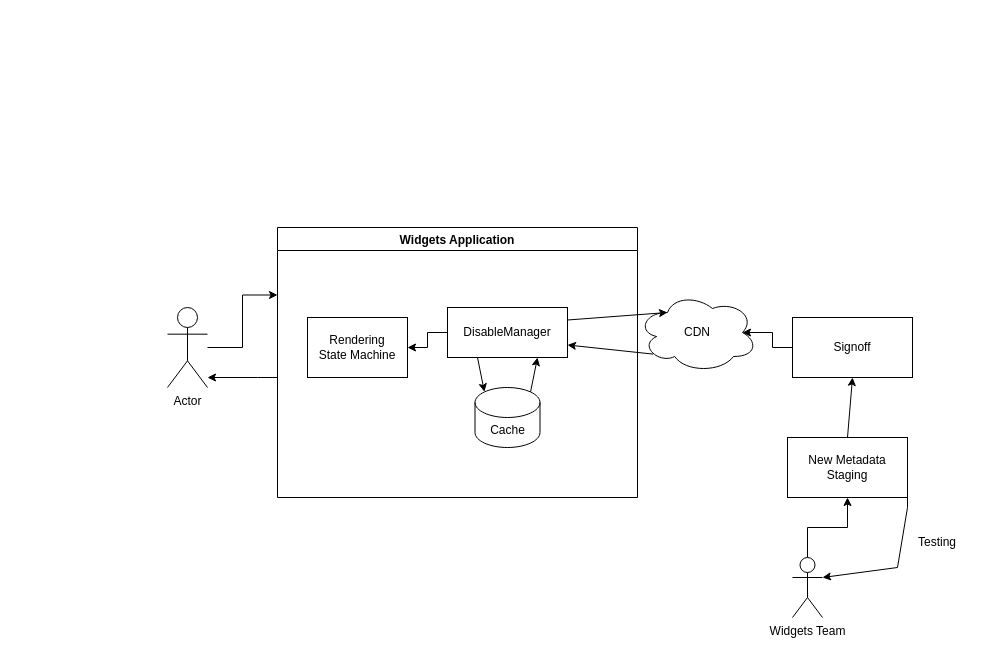
The draw.io diagram tempdisable.drawio in bcso/designs, before the edit. Source tidied: cells renumbered, new cells numbered last; positions are measured from the earlier drawing's top-left corner, leaving out a move shared by most shapes. Both pictures are drawn from the tidied source at 100%, with x=0, y=0 at pixel (167, 227).
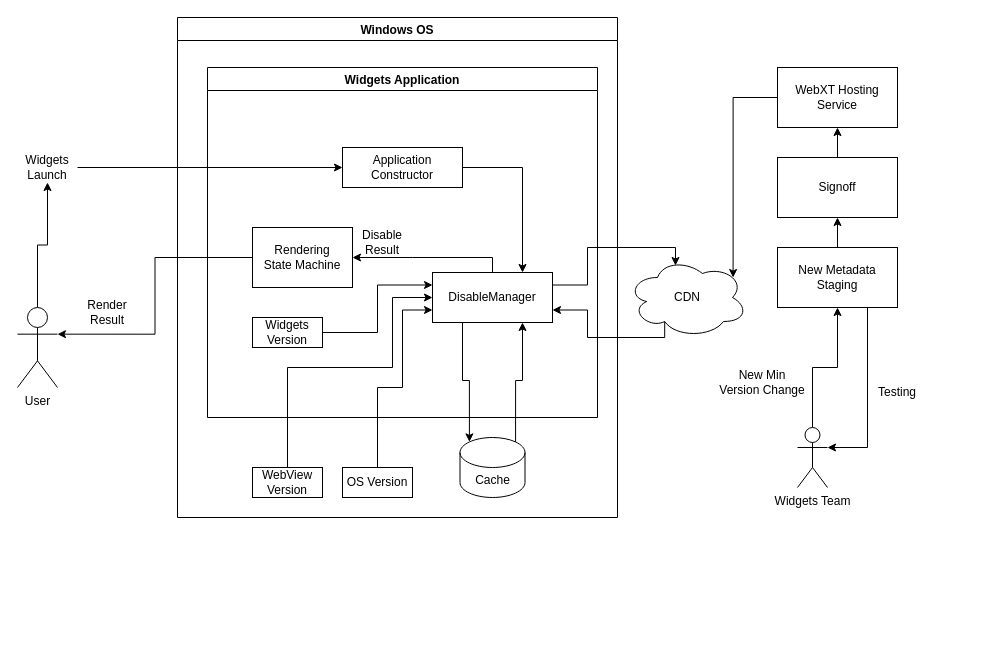
The same diagram, later.

What changed in the source:
```diff
@@
-    <mxCell id="2" style="edgeStyle=orthogonalEdgeStyle;rounded=0;jettySize=auto;html=1;entryX=0;entryY=0.25;entryDx=0;entryDy=0;" parent="1" edge="1" source="3" target="5">
-      <mxGeometry relative="1" as="geometry" />
-    </mxCell>
+    <mxCell id="23" style="edgeStyle=orthogonalEdgeStyle;rounded=0;jettySize=auto;html=1;exitX=0.5;exitY=0;exitDx=0;exitDy=0;exitPerimeter=0;entryX=0.5;entryY=1;entryDx=0;entryDy=0;" parent="1" edge="1" source="3" target="38">
+      <mxGeometry relative="1" as="geometry" />
+    </mxCell>
-    <mxCell id="3" value="Actor" style="shape=umlActor;verticalLabelPosition=bottom;verticalAlign=top;html=1;outlineConnect=0;" parent="1" vertex="1">
-      <mxGeometry y="80" width="40" height="80" as="geometry" />
+    <mxCell id="3" value="User" style="shape=umlActor;verticalLabelPosition=bottom;verticalAlign=top;html=1;outlineConnect=0;" parent="1" vertex="1">
+      <mxGeometry x="-150" y="80" width="40" height="80" as="geometry" />
     </mxCell>
-    <mxCell id="4" style="edgeStyle=orthogonalEdgeStyle;rounded=0;jettySize=auto;html=1;" parent="1" edge="1" source="5" target="3">
-      <mxGeometry relative="1" as="geometry">
-        <Array as="points">
-          <mxPoint x="90" y="150" />
-          <mxPoint x="90" y="150" />
-        </Array>
-      </mxGeometry>
-    </mxCell>
-    <mxCell id="5" value="Widgets Application" style="swimlane;" parent="1" vertex="1">
-      <mxGeometry x="110" width="360" height="270" as="geometry" />
-    </mxCell>
-    <mxCell id="6" value="Cache" style="shape=cylinder3;whiteSpace=wrap;html=1;boundedLbl=1;backgroundOutline=1;size=15;" parent="5" vertex="1">
-      <mxGeometry x="197.5" y="160" width="65" height="60" as="geometry" />
-    </mxCell>
-    <mxCell id="7" style="edgeStyle=orthogonalEdgeStyle;rounded=0;jettySize=auto;html=1;entryX=1;entryY=0.5;entryDx=0;entryDy=0;" parent="5" edge="1" source="8" target="11">
-      <mxGeometry relative="1" as="geometry" />
-    </mxCell>
-    <mxCell id="8" value="DisableManager" style="rounded=0;whiteSpace=wrap;html=1;" parent="5" vertex="1">
-      <mxGeometry x="170" y="80" width="120" height="50" as="geometry" />
-    </mxCell>
-    <mxCell id="9" style="endArrow=classic;html=1;rounded=0;exitX=0.25;exitY=1;exitDx=0;exitDy=0;entryX=0.145;entryY=0;entryDx=0;entryDy=4.35;entryPerimeter=0;" parent="5" edge="1" source="8" target="6">
-      <mxGeometry relative="1" as="geometry" />
-    </mxCell>
-    <mxCell id="10" style="endArrow=classic;html=1;rounded=0;exitX=0.855;exitY=0;exitDx=0;exitDy=4.35;exitPerimeter=0;entryX=0.75;entryY=1;entryDx=0;entryDy=0;" parent="5" edge="1" source="6" target="8">
-      <mxGeometry relative="1" as="geometry" />
-    </mxCell>
-    <mxCell id="11" value="Rendering&lt;br&gt;State Machine" style="rounded=0;whiteSpace=wrap;html=1;" parent="5" vertex="1">
-      <mxGeometry x="30" y="90" width="100" height="60" as="geometry" />
-    </mxCell>
+    <mxCell id="14" style="edgeStyle=orthogonalEdgeStyle;rounded=0;jettySize=auto;html=1;exitX=0.31;exitY=0.8;exitDx=0;exitDy=0;exitPerimeter=0;entryX=1;entryY=0.75;entryDx=0;entryDy=0;" parent="1" edge="1" source="12" target="8">
+      <mxGeometry relative="1" as="geometry">
+        <Array as="points">
+          <mxPoint x="497" y="110" />
+          <mxPoint x="420" y="110" />
+          <mxPoint x="420" y="83" />
+        </Array>
+      </mxGeometry>
+    </mxCell>
     <mxCell id="12" value="CDN" style="ellipse;shape=cloud;whiteSpace=wrap;html=1;" parent="1" vertex="1">
-      <mxGeometry x="470" y="65" width="120" height="80" as="geometry" />
+      <mxGeometry x="460" y="30" width="120" height="80" as="geometry" />
     </mxCell>
-    <mxCell id="13" style="endArrow=classic;html=1;rounded=0;exitX=1;exitY=0.25;exitDx=0;exitDy=0;entryX=0.25;entryY=0.25;entryDx=0;entryDy=0;entryPerimeter=0;" parent="1" edge="1" source="8" target="12">
-      <mxGeometry relative="1" as="geometry" />
-    </mxCell>
-    <mxCell id="14" style="endArrow=classic;html=1;rounded=0;exitX=0.13;exitY=0.77;exitDx=0;exitDy=0;exitPerimeter=0;entryX=1;entryY=0.75;entryDx=0;entryDy=0;" parent="1" edge="1" source="12" target="8">
-      <mxGeometry relative="1" as="geometry" />
-    </mxCell>
+    <mxCell id="21" style="edgeStyle=orthogonalEdgeStyle;rounded=0;jettySize=auto;html=1;exitX=0.75;exitY=1;exitDx=0;exitDy=0;entryX=1;entryY=0.3333333333333333;entryDx=0;entryDy=0;entryPerimeter=0;" parent="1" edge="1" source="15" target="20">
+      <mxGeometry relative="1" as="geometry" />
+    </mxCell>
     <mxCell id="15" value="New Metadata Staging" style="rounded=0;whiteSpace=wrap;html=1;" parent="1" vertex="1">
-      <mxGeometry x="620" y="210" width="120" height="60" as="geometry" />
+      <mxGeometry x="610" y="20" width="120" height="60" as="geometry" />
     </mxCell>
@@
-    <mxCell id="17" style="edgeStyle=orthogonalEdgeStyle;rounded=0;jettySize=auto;html=1;entryX=0.875;entryY=0.5;entryDx=0;entryDy=0;entryPerimeter=0;" parent="1" edge="1" source="18" target="12">
-      <mxGeometry relative="1" as="geometry" />
-    </mxCell>
+    <mxCell id="24" style="edgeStyle=orthogonalEdgeStyle;rounded=0;jettySize=auto;html=1;entryX=0.5;entryY=1;entryDx=0;entryDy=0;" parent="1" edge="1" source="18" target="26">
+      <mxGeometry relative="1" as="geometry" />
+    </mxCell>
     <mxCell id="18" value="Signoff" style="rounded=0;whiteSpace=wrap;html=1;" parent="1" vertex="1">
-      <mxGeometry x="625" y="90" width="120" height="60" as="geometry" />
+      <mxGeometry x="610" y="-70" width="120" height="60" as="geometry" />
     </mxCell>
@@
     <mxCell id="20" value="Widgets Team" style="shape=umlActor;verticalLabelPosition=bottom;verticalAlign=top;html=1;outlineConnect=0;" parent="1" vertex="1">
-      <mxGeometry x="625" y="330" width="30" height="60" as="geometry" />
+      <mxGeometry x="630" y="200" width="30" height="60" as="geometry" />
     </mxCell>
-    <mxCell id="21" style="endArrow=classic;html=1;rounded=0;exitX=1;exitY=0.5;exitDx=0;exitDy=0;entryX=1;entryY=0.3333333333333333;entryDx=0;entryDy=0;entryPerimeter=0;" parent="1" edge="1" source="15" target="20">
-      <mxGeometry relative="1" as="geometry">
-        <Array as="points">
-          <mxPoint x="740" y="280" />
-          <mxPoint x="730" y="340" />
-        </Array>
-      </mxGeometry>
-    </mxCell>
     <mxCell id="22" value="Testing" style="text;html=1;strokeColor=none;fillColor=none;align=center;verticalAlign=middle;whiteSpace=wrap;rounded=0;" parent="1" vertex="1">
-      <mxGeometry x="740" y="300" width="60" height="30" as="geometry" />
+      <mxGeometry x="700" y="150" width="60" height="30" as="geometry" />
     </mxCell>
+    <mxCell id="25" style="edgeStyle=orthogonalEdgeStyle;rounded=0;jettySize=auto;html=1;exitX=0;exitY=0.5;exitDx=0;exitDy=0;entryX=0.88;entryY=0.25;entryDx=0;entryDy=0;entryPerimeter=0;" parent="1" edge="1" source="26" target="12">
+      <mxGeometry relative="1" as="geometry" />
+    </mxCell>
+    <mxCell id="26" value="WebXT Hosting Service" style="rounded=0;whiteSpace=wrap;html=1;" parent="1" vertex="1">
+      <mxGeometry x="610" y="-160" width="120" height="60" as="geometry" />
+    </mxCell>
+    <mxCell id="27" value="Windows OS" style="swimlane;" parent="1" vertex="1">
+      <mxGeometry x="10" y="-210" width="440" height="500" as="geometry" />
+    </mxCell>
+    <mxCell id="28" style="edgeStyle=orthogonalEdgeStyle;rounded=0;jettySize=auto;html=1;exitX=0.5;exitY=0;exitDx=0;exitDy=0;entryX=0;entryY=0.5;entryDx=0;entryDy=0;" parent="27" edge="1" source="29" target="8">
+      <mxGeometry relative="1" as="geometry">
+        <Array as="points">
+          <mxPoint x="110" y="350" />
+          <mxPoint x="215" y="350" />
+          <mxPoint x="215" y="280" />
+        </Array>
+      </mxGeometry>
+    </mxCell>
+    <mxCell id="29" value="WebView Version" style="rounded=0;whiteSpace=wrap;html=1;" parent="27" vertex="1">
+      <mxGeometry x="75" y="450" width="70" height="30" as="geometry" />
+    </mxCell>
+    <mxCell id="30" style="edgeStyle=orthogonalEdgeStyle;rounded=0;jettySize=auto;html=1;exitX=0.5;exitY=0;exitDx=0;exitDy=0;entryX=0;entryY=0.75;entryDx=0;entryDy=0;" parent="27" edge="1" source="31" target="8">
+      <mxGeometry relative="1" as="geometry">
+        <Array as="points">
+          <mxPoint x="200" y="370" />
+          <mxPoint x="225" y="370" />
+          <mxPoint x="225" y="293" />
+        </Array>
+      </mxGeometry>
+    </mxCell>
+    <mxCell id="31" value="OS Version" style="rounded=0;whiteSpace=wrap;html=1;" parent="27" vertex="1">
+      <mxGeometry x="165" y="450" width="70" height="30" as="geometry" />
+    </mxCell>
+    <mxCell id="5" value="Widgets Application" style="swimlane;" parent="27" vertex="1">
+      <mxGeometry x="30" y="50" width="390" height="350" as="geometry" />
+    </mxCell>
+    <mxCell id="7" style="edgeStyle=orthogonalEdgeStyle;rounded=0;jettySize=auto;html=1;entryX=1;entryY=0.5;entryDx=0;entryDy=0;" parent="5" edge="1" source="8" target="11">
+      <mxGeometry relative="1" as="geometry">
+        <Array as="points">
+          <mxPoint x="205" y="190" />
+          <mxPoint x="205" y="190" />
+        </Array>
+      </mxGeometry>
+    </mxCell>
+    <mxCell id="8" value="DisableManager" style="rounded=0;whiteSpace=wrap;html=1;" parent="5" vertex="1">
+      <mxGeometry x="225" y="205" width="120" height="50" as="geometry" />
+    </mxCell>
+    <mxCell id="11" value="Rendering&lt;br&gt;State Machine" style="rounded=0;whiteSpace=wrap;html=1;" parent="5" vertex="1">
+      <mxGeometry x="45" y="160" width="100" height="60" as="geometry" />
+    </mxCell>
+    <mxCell id="32" style="edgeStyle=orthogonalEdgeStyle;rounded=0;jettySize=auto;html=1;exitX=1;exitY=0.5;exitDx=0;exitDy=0;entryX=0;entryY=0.25;entryDx=0;entryDy=0;" parent="5" edge="1" source="33" target="8">
+      <mxGeometry relative="1" as="geometry" />
+    </mxCell>
+    <mxCell id="33" value="Widgets Version" style="rounded=0;whiteSpace=wrap;html=1;" parent="5" vertex="1">
+      <mxGeometry x="45" y="250" width="70" height="30" as="geometry" />
+    </mxCell>
+    <mxCell id="34" value="Disable Result" style="text;html=1;strokeColor=none;fillColor=none;align=center;verticalAlign=middle;whiteSpace=wrap;rounded=0;" parent="5" vertex="1">
+      <mxGeometry x="145" y="160" width="60" height="30" as="geometry" />
+    </mxCell>
+    <mxCell id="35" style="edgeStyle=orthogonalEdgeStyle;rounded=0;jettySize=auto;html=1;exitX=1;exitY=0.5;exitDx=0;exitDy=0;entryX=0.75;entryY=0;entryDx=0;entryDy=0;" parent="5" edge="1" source="36" target="8">
+      <mxGeometry relative="1" as="geometry" />
+    </mxCell>
+    <mxCell id="36" value="Application Constructor" style="rounded=0;whiteSpace=wrap;html=1;" parent="5" vertex="1">
+      <mxGeometry x="135" y="80" width="120" height="40" as="geometry" />
+    </mxCell>
+    <mxCell id="10" style="edgeStyle=orthogonalEdgeStyle;rounded=0;jettySize=auto;html=1;exitX=0.855;exitY=0;exitDx=0;exitDy=4.35;exitPerimeter=0;entryX=0.75;entryY=1;entryDx=0;entryDy=0;" parent="27" edge="1" source="6" target="8">
+      <mxGeometry relative="1" as="geometry">
+        <Array as="points">
+          <mxPoint x="338" y="363" />
+          <mxPoint x="345" y="363" />
+        </Array>
+      </mxGeometry>
+    </mxCell>
+    <mxCell id="6" value="Cache" style="shape=cylinder3;whiteSpace=wrap;html=1;boundedLbl=1;backgroundOutline=1;size=15;" parent="27" vertex="1">
+      <mxGeometry x="282.5" y="420" width="65" height="60" as="geometry" />
+    </mxCell>
+    <mxCell id="9" style="edgeStyle=orthogonalEdgeStyle;rounded=0;jettySize=auto;html=1;exitX=0.25;exitY=1;exitDx=0;exitDy=0;entryX=0.145;entryY=0;entryDx=0;entryDy=4.35;entryPerimeter=0;" parent="27" edge="1" source="8" target="6">
+      <mxGeometry relative="1" as="geometry">
+        <Array as="points">
+          <mxPoint x="285" y="363" />
+          <mxPoint x="292" y="363" />
+        </Array>
+      </mxGeometry>
+    </mxCell>
+    <mxCell id="37" style="edgeStyle=orthogonalEdgeStyle;rounded=0;jettySize=auto;html=1;exitX=1;exitY=0.5;exitDx=0;exitDy=0;entryX=0;entryY=0.5;entryDx=0;entryDy=0;" parent="1" edge="1" source="38" target="36">
+      <mxGeometry relative="1" as="geometry" />
+    </mxCell>
+    <mxCell id="38" value="Widgets Launch" style="text;html=1;strokeColor=none;fillColor=none;align=center;verticalAlign=middle;whiteSpace=wrap;rounded=0;" parent="1" vertex="1">
+      <mxGeometry x="-150" y="-75" width="60" height="30" as="geometry" />
+    </mxCell>
+    <mxCell id="39" value="Render Result" style="text;html=1;strokeColor=none;fillColor=none;align=center;verticalAlign=middle;whiteSpace=wrap;rounded=0;" parent="1" vertex="1">
+      <mxGeometry x="-90" y="70" width="60" height="30" as="geometry" />
+    </mxCell>
+    <mxCell id="13" style="edgeStyle=orthogonalEdgeStyle;rounded=0;jettySize=auto;html=1;exitX=1;exitY=0.25;exitDx=0;exitDy=0;entryX=0.4;entryY=0.1;entryDx=0;entryDy=0;entryPerimeter=0;" parent="1" edge="1" source="8" target="12">
+      <mxGeometry relative="1" as="geometry">
+        <Array as="points">
+          <mxPoint x="420" y="58" />
+          <mxPoint x="420" y="20" />
+          <mxPoint x="508" y="20" />
+        </Array>
+      </mxGeometry>
+    </mxCell>
+    <mxCell id="40" style="edgeStyle=orthogonalEdgeStyle;rounded=0;jettySize=auto;html=1;exitX=0;exitY=0.5;exitDx=0;exitDy=0;entryX=1;entryY=0.3333333333333333;entryDx=0;entryDy=0;entryPerimeter=0;" parent="1" edge="1" source="11" target="3">
+      <mxGeometry relative="1" as="geometry" />
+    </mxCell>
+    <mxCell id="41" value="New Min Version Change" style="text;html=1;strokeColor=none;fillColor=none;align=center;verticalAlign=middle;whiteSpace=wrap;rounded=0;" parent="1" vertex="1">
+      <mxGeometry x="550" y="140" width="90" height="30" as="geometry" />
+    </mxCell>
```
